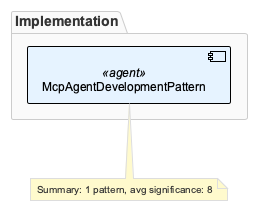
fwornle/coding keeps this PlantUML diagram as knowledge-management/insights/images/mcp-agent-development-pattern-architecture.png. Above is the earlier version.
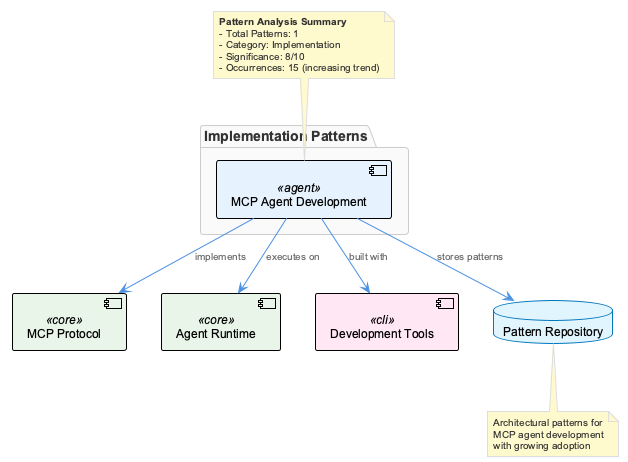
After the change.

Diff of the diagram source:
```diff
@@ -1,12 +1,32 @@
 @startuml
 !include /Users/q284340/Agentic/coding/docs/puml/_standard-style.puml
 
-package "Implementation" {
-  component "McpAgentDevelopmentPattern" as mcp <<agent>>
+package "Implementation Patterns" {
+  component "MCP Agent Development" as mcpAgent <<agent>>
 }
 
-note "Summary: 1 pattern, avg significance: 8" as summary
+component "MCP Protocol" as mcpProtocol <<core>>
+component "Agent Runtime" as runtime <<core>>
+component "Development Tools" as devTools <<cli>>
+database "Pattern Repository" as patternRepo
 
-mcp --> summary : "uses"
+mcpAgent --> mcpProtocol : "implements"
+mcpAgent --> runtime : "executes on"
+mcpAgent --> devTools : "built with"
+mcpAgent --> patternRepo : "stores patterns"
+
+note top of mcpAgent
+**Pattern Analysis Summary**
+- Total Patterns: 1
+- Category: Implementation
+- Significance: 8/10
+- Occurrences: 15 (increasing trend)
+end note
+
+note bottom of patternRepo
+Architectural patterns for
+MCP agent development
+with growing adoption
+end note
 
 @enduml
```
